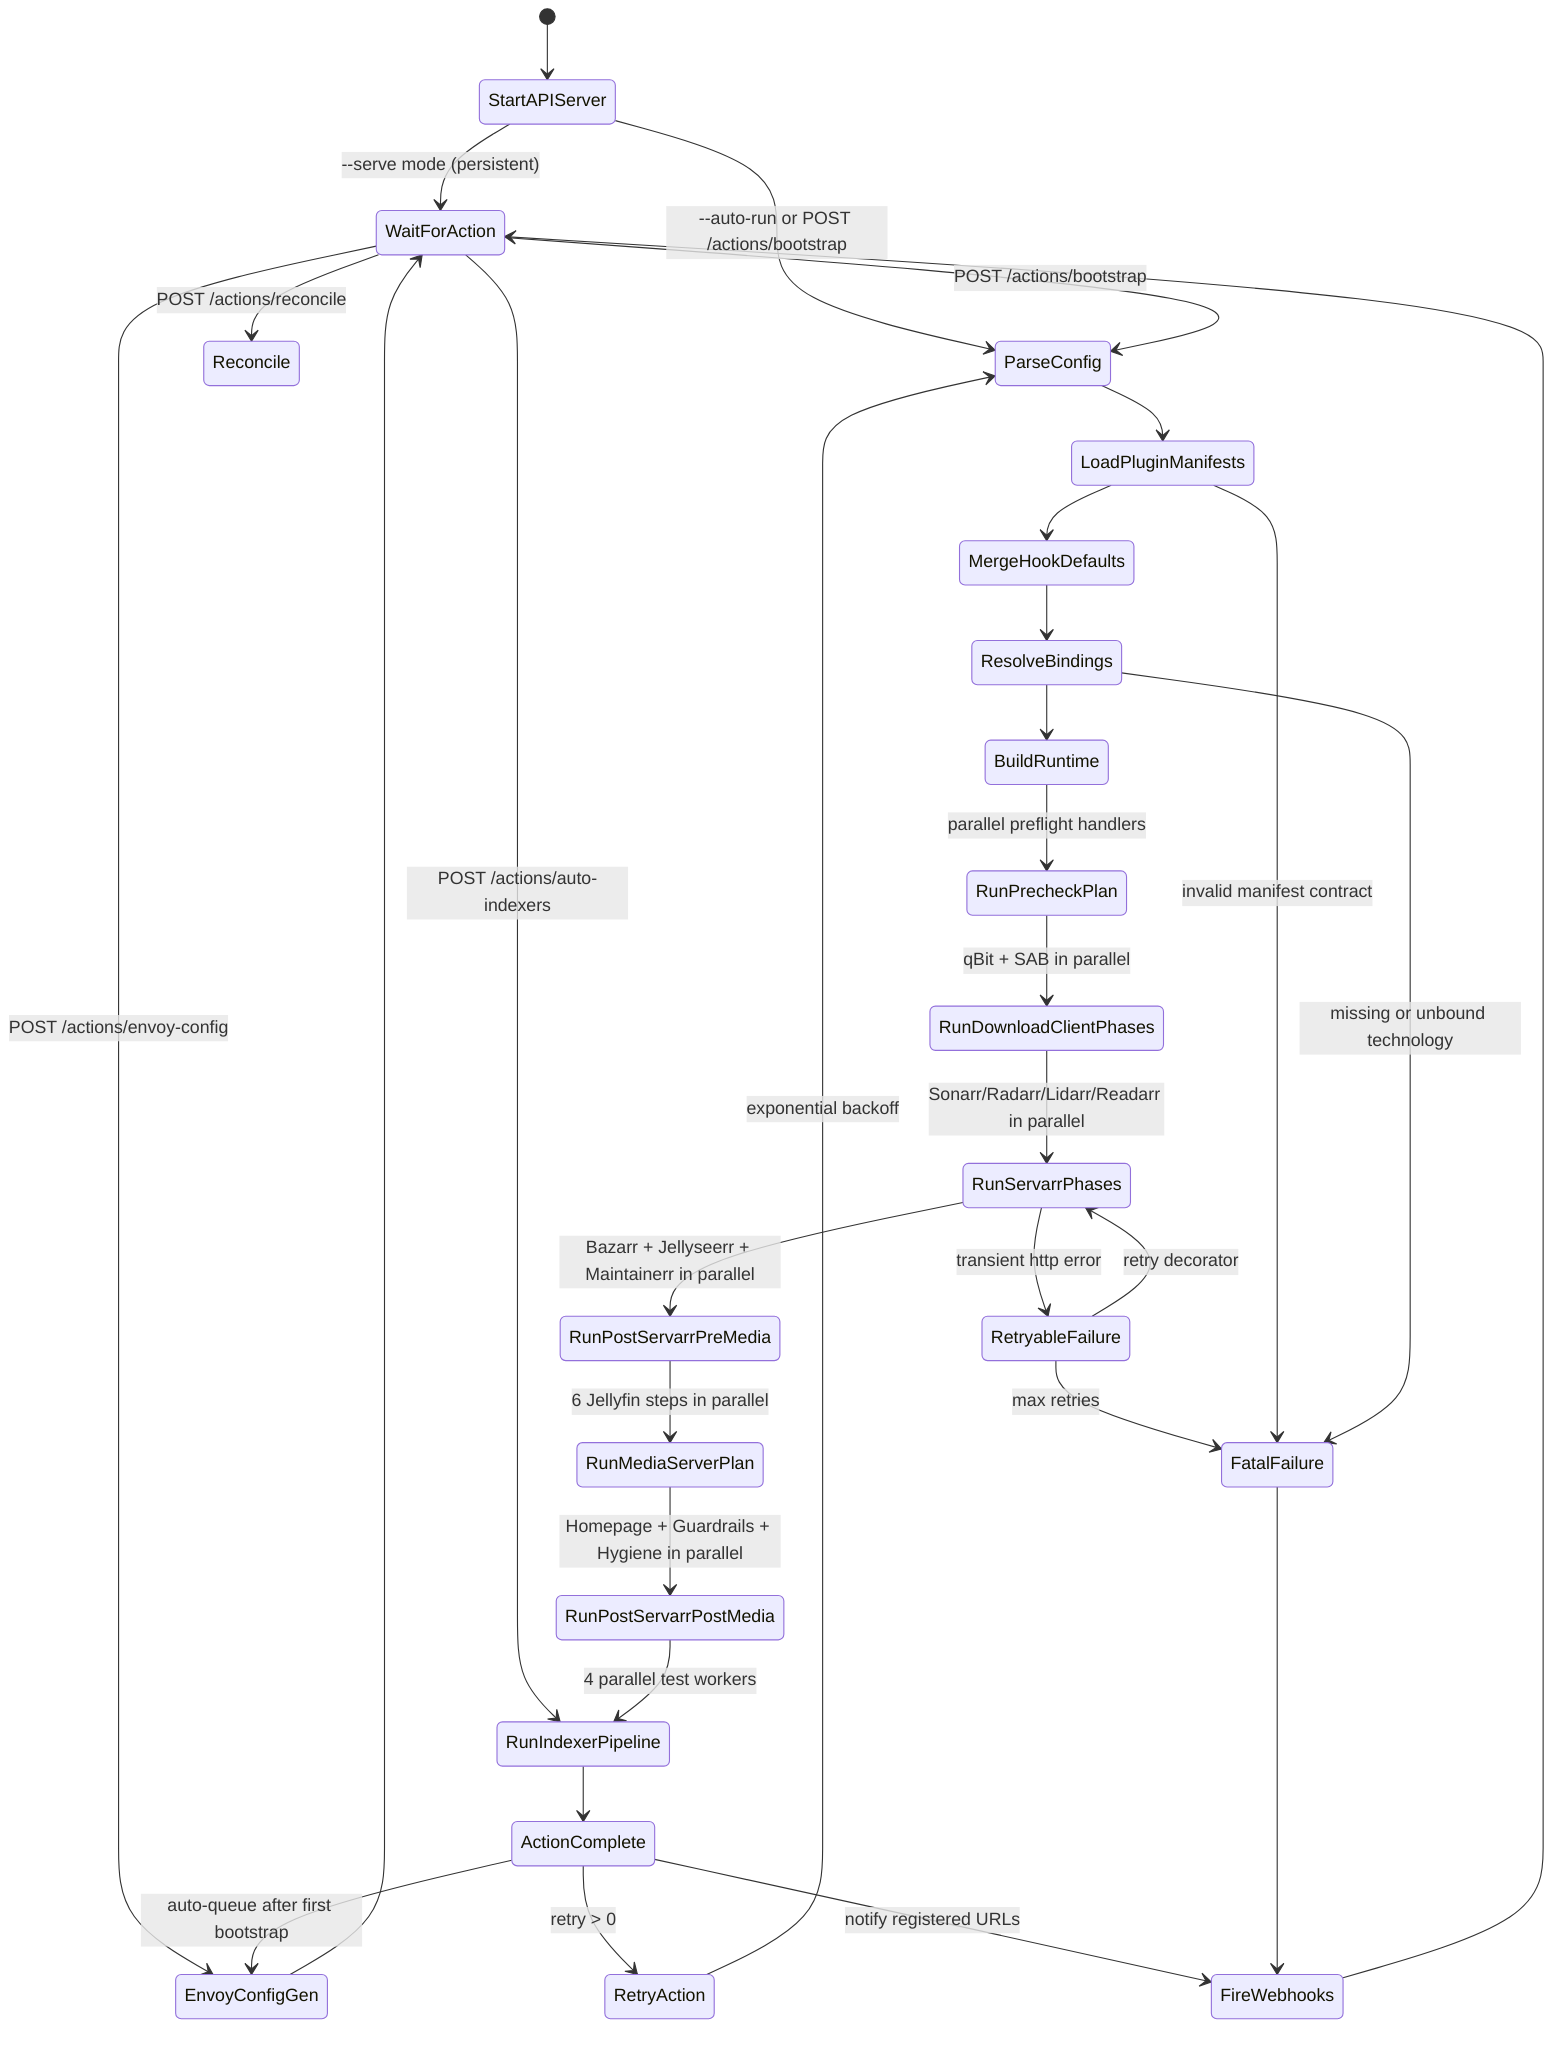
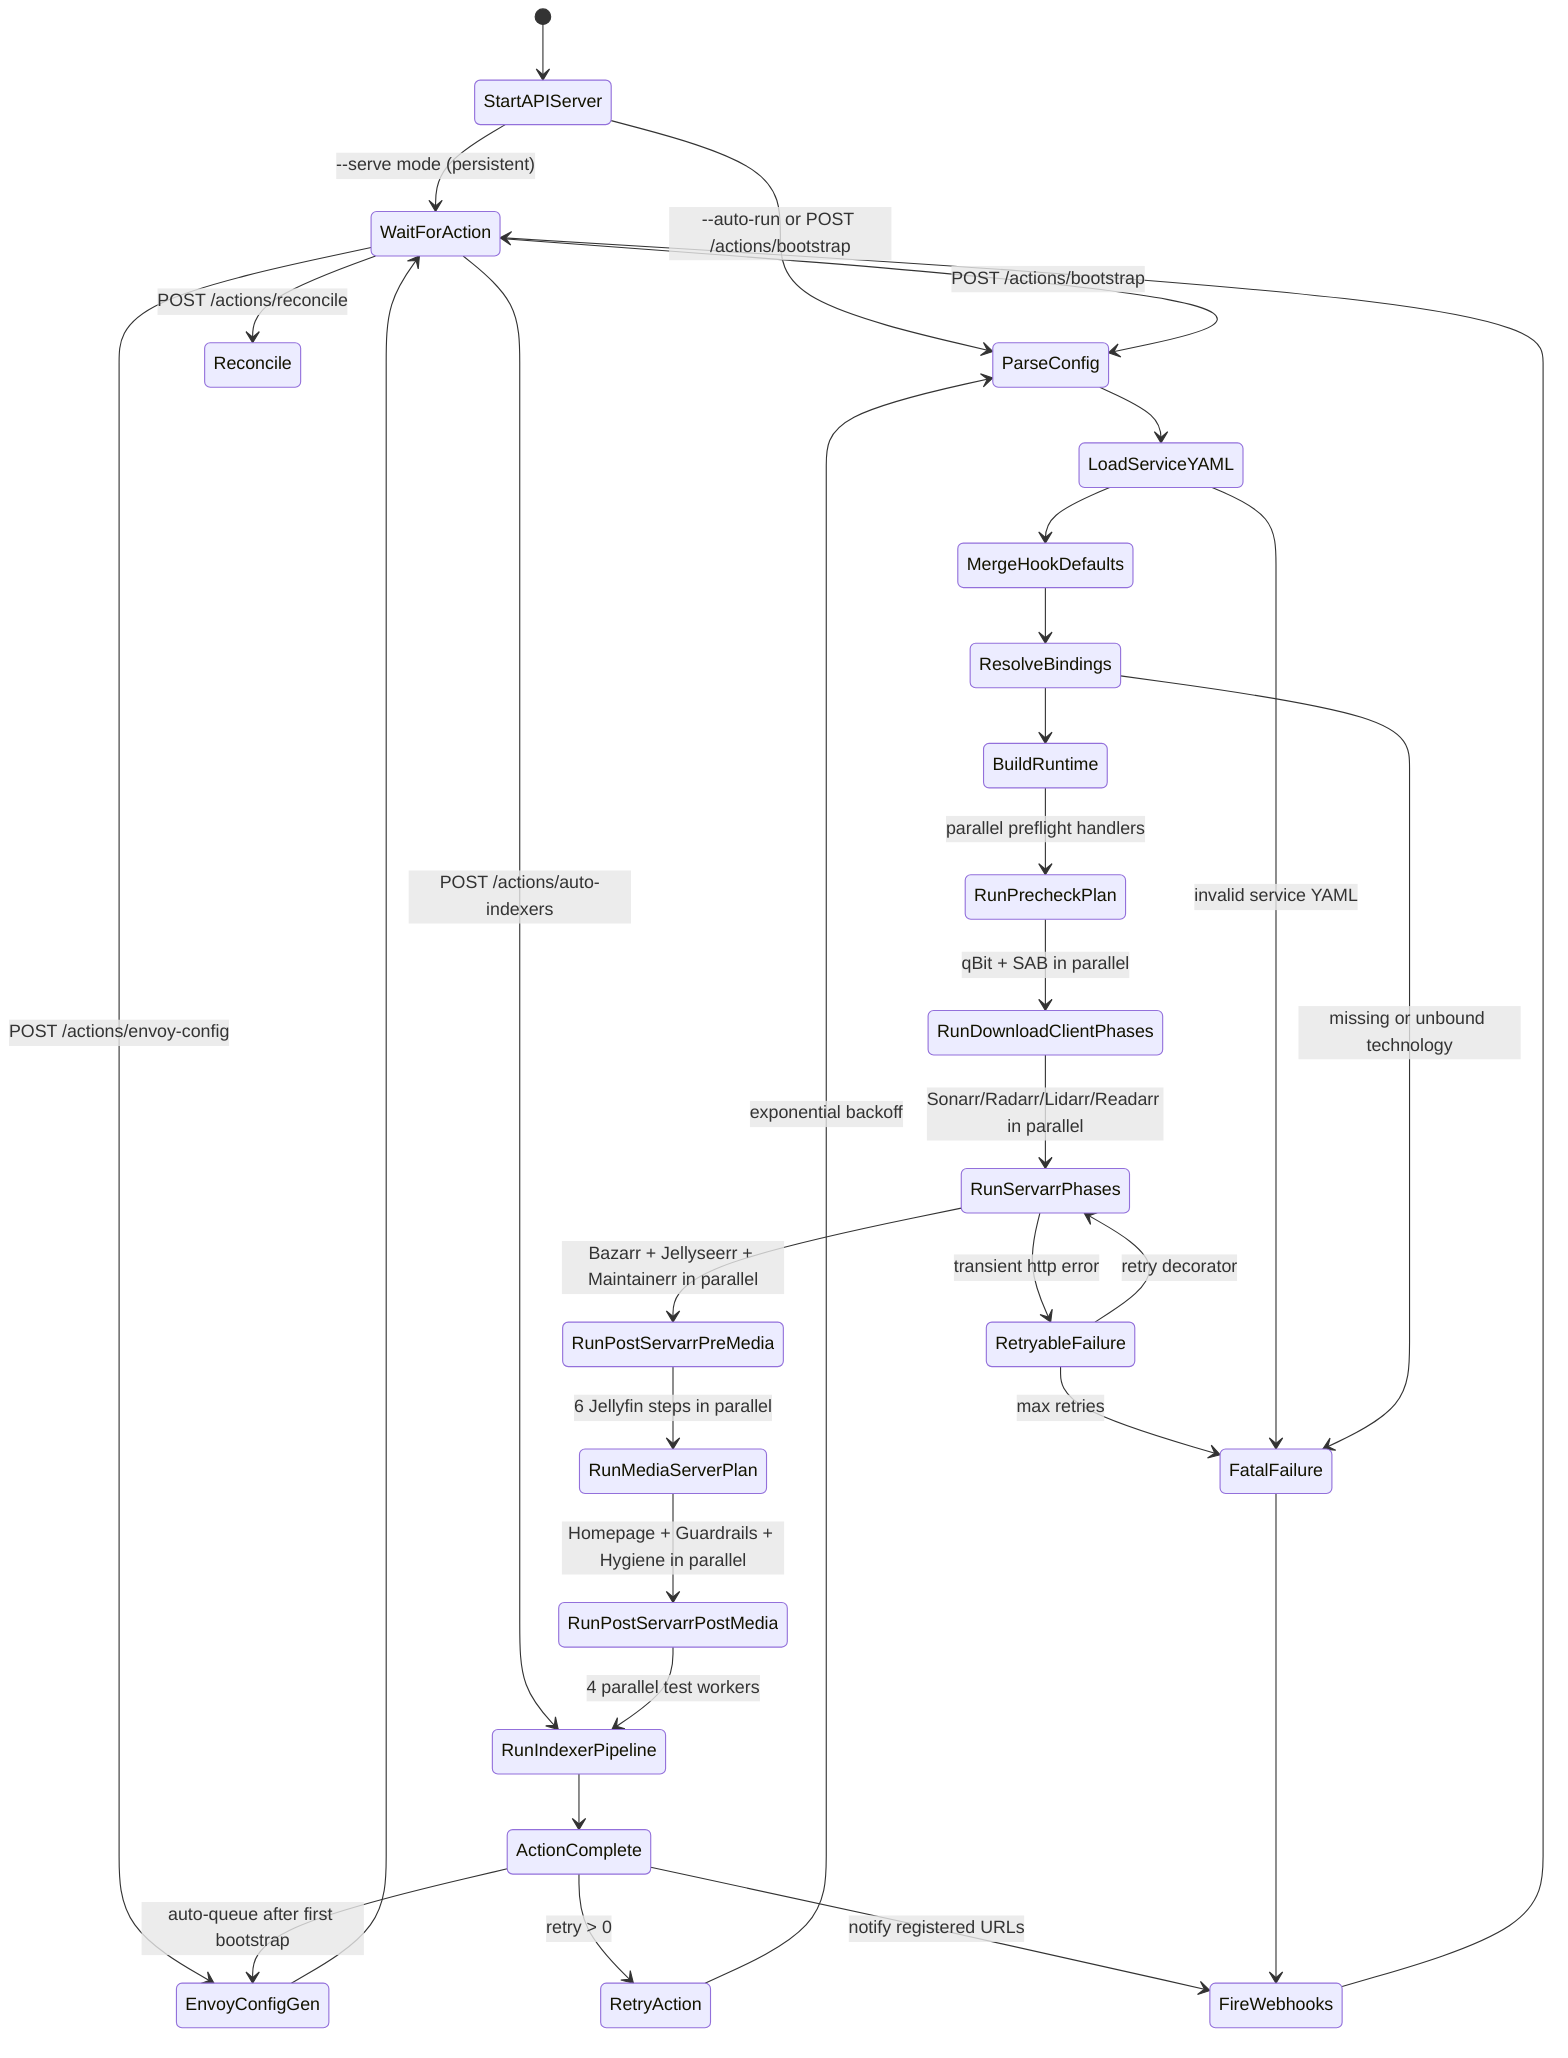
stateDiagram-v2
  [*] --> StartAPIServer
  StartAPIServer --> WaitForAction: --serve mode (persistent)
  StartAPIServer --> ParseConfig: --auto-run or POST /actions/bootstrap

  WaitForAction --> ParseConfig: POST /actions/bootstrap
  WaitForAction --> RunIndexerPipeline: POST /actions/auto-indexers
  WaitForAction --> EnvoyConfigGen: POST /actions/envoy-config
  WaitForAction --> Reconcile: POST /actions/reconcile

-   ParseConfig --> LoadPluginManifests
-   LoadPluginManifests --> MergeHookDefaults
+   ParseConfig --> LoadServiceYAML
+   LoadServiceYAML --> MergeHookDefaults
  MergeHookDefaults --> ResolveBindings
  ResolveBindings --> BuildRuntime

  BuildRuntime --> RunPrecheckPlan: parallel preflight handlers
  RunPrecheckPlan --> RunDownloadClientPhases: qBit + SAB in parallel
  RunDownloadClientPhases --> RunServarrPhases: Sonarr/Radarr/Lidarr/Readarr in parallel
  RunServarrPhases --> RunPostServarrPreMedia: Bazarr + Jellyseerr + Maintainerr in parallel
  RunPostServarrPreMedia --> RunMediaServerPlan: 6 Jellyfin steps in parallel
  RunMediaServerPlan --> RunPostServarrPostMedia: Homepage + Guardrails + Hygiene in parallel
  RunPostServarrPostMedia --> RunIndexerPipeline: 4 parallel test workers
  RunIndexerPipeline --> ActionComplete
  ActionComplete --> EnvoyConfigGen: auto-queue after first bootstrap
  EnvoyConfigGen --> WaitForAction

  ActionComplete --> RetryAction: retry > 0
  RetryAction --> ParseConfig: exponential backoff

  RunServarrPhases --> RetryableFailure: transient http error
  RetryableFailure --> RunServarrPhases: retry decorator
  RetryableFailure --> FatalFailure: max retries

  ActionComplete --> FireWebhooks: notify registered URLs
  FatalFailure --> FireWebhooks
  FireWebhooks --> WaitForAction

-   LoadPluginManifests --> FatalFailure: invalid manifest contract
+   LoadServiceYAML --> FatalFailure: invalid service YAML
  ResolveBindings --> FatalFailure: missing or unbound technology
